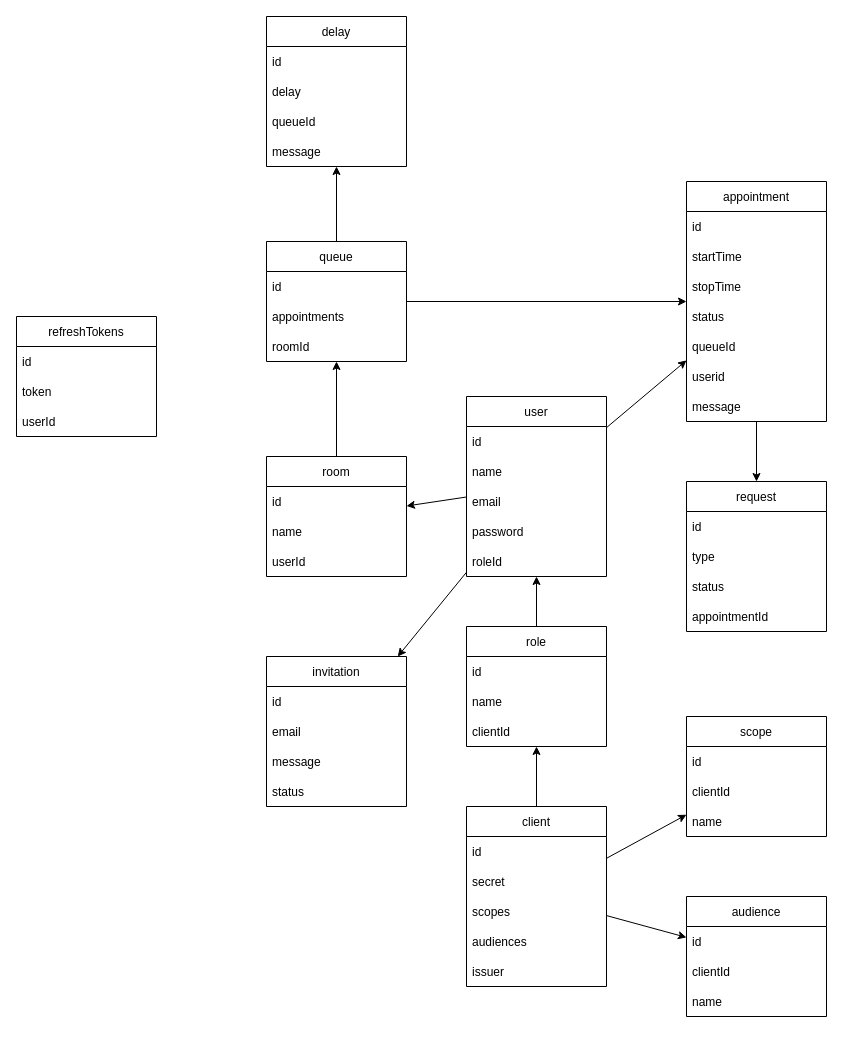
Before: __diagrams__/information.drawio in Oglop/Queue, a draw.io diagram. Source tidied: cells renumbered, new cells numbered last; positions are measured from the earlier drawing's top-left corner, leaving out a move shared by most shapes. Both pictures are drawn from the tidied source at 100%, with x=0, y=0 at pixel (16, 16).
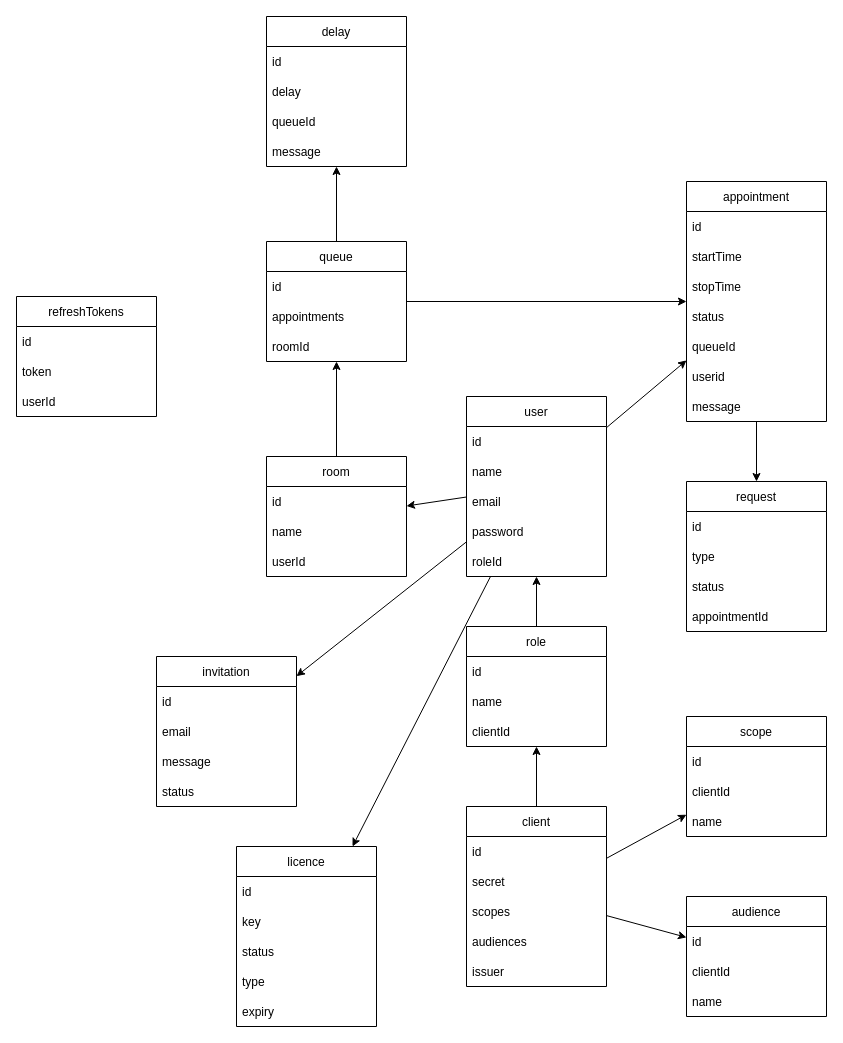
The same page after the edit.

Unchanged cells that the change refers to:
```xml
<mxCell id="24" value="user" style="swimlane;fontStyle=0;horizontal=1;startSize=30;" parent="1" vertex="1">
  <mxGeometry x="450" y="380" width="140" height="180" as="geometry" />
</mxCell>
```

The edit, as a diff of the source:
```diff
@@
     <mxCell id="62" value="invitation" style="swimlane;fontStyle=0;horizontal=1;startSize=30;" parent="1" vertex="1">
-      <mxGeometry x="250" y="640" width="140" height="150" as="geometry" />
+      <mxGeometry x="140" y="640" width="140" height="150" as="geometry" />
     </mxCell>
@@
     <mxCell id="68" value="refreshTokens" style="swimlane;fontStyle=0;horizontal=1;startSize=30;" parent="1" vertex="1">
-      <mxGeometry y="300" width="140" height="120" as="geometry" />
+      <mxGeometry y="280" width="140" height="120" as="geometry" />
     </mxCell>
@@
+    <mxCell id="72" value="licence" style="swimlane;fontStyle=0;horizontal=1;startSize=30;" parent="1" vertex="1">
+      <mxGeometry x="220" y="830" width="140" height="180" as="geometry" />
+    </mxCell>
+    <mxCell id="73" value="id" style="text;strokeColor=none;fillColor=none;align=left;verticalAlign=middle;spacingLeft=4;spacingRight=4;overflow=hidden;" parent="72" vertex="1">
+      <mxGeometry y="30" width="140" height="30" as="geometry" />
+    </mxCell>
+    <mxCell id="74" value="key" style="text;strokeColor=none;fillColor=none;align=left;verticalAlign=middle;spacingLeft=4;spacingRight=4;overflow=hidden;" parent="72" vertex="1">
+      <mxGeometry y="60" width="140" height="30" as="geometry" />
+    </mxCell>
+    <mxCell id="75" value="status" style="text;strokeColor=none;fillColor=none;align=left;verticalAlign=middle;spacingLeft=4;spacingRight=4;overflow=hidden;" parent="72" vertex="1">
+      <mxGeometry y="90" width="140" height="30" as="geometry" />
+    </mxCell>
+    <mxCell id="76" value="type" style="text;strokeColor=none;fillColor=none;align=left;verticalAlign=middle;spacingLeft=4;spacingRight=4;overflow=hidden;" parent="72" vertex="1">
+      <mxGeometry y="120" width="140" height="30" as="geometry" />
+    </mxCell>
+    <mxCell id="77" value="expiry" style="text;strokeColor=none;fillColor=none;align=left;verticalAlign=middle;spacingLeft=4;spacingRight=4;overflow=hidden;" parent="72" vertex="1">
+      <mxGeometry y="150" width="140" height="30" as="geometry" />
+    </mxCell>
+    <mxCell id="78" style="endArrow=classic;html=1;rounded=0;" parent="1" edge="1" source="24" target="72">
+      <mxGeometry relative="1" as="geometry" />
+    </mxCell>
```
